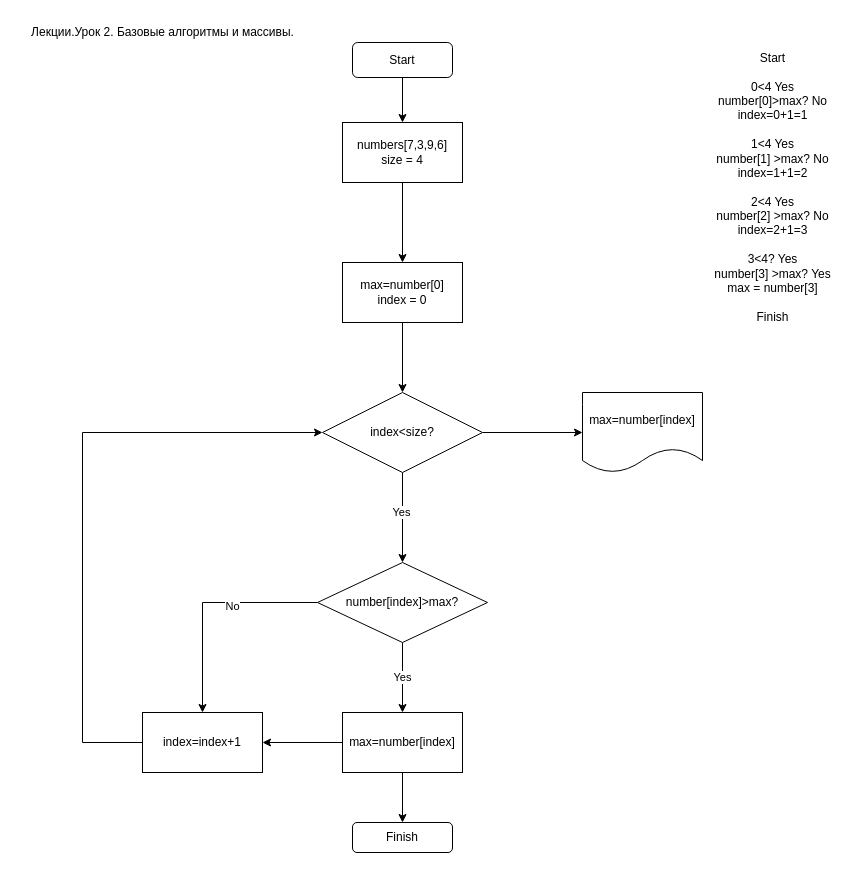
The draw.io diagram page "Lesson2. Task2" (4 of 13) of Homework6/9/22.drawio in margobiyun/python, before the edit. Source tidied: cells renumbered, new cells numbered last; positions are measured from the earlier drawing's top-left corner, leaving out a move shared by most shapes. Both pictures are drawn from the tidied source at 100%, with x=0, y=0 at pixel (17, 17).
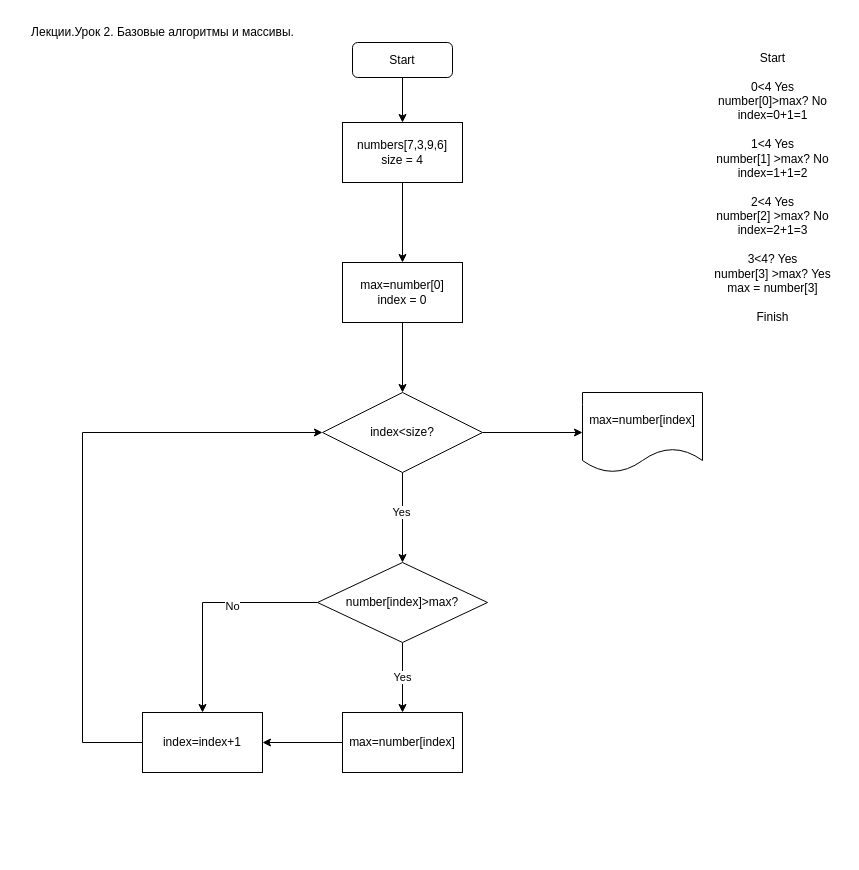
The same page after the edit.

The change refers to these unchanged cells:
```xml
<mxCell id="16" value="max=number[index]" style="whiteSpace=wrap;html=1;rounded=0;" parent="1" vertex="1">
  <mxGeometry x="325" y="695" width="120" height="60" as="geometry" />
</mxCell>
```

Diff of the diagram source:
```diff
@@
-    <mxCell id="15" style="edgeStyle=orthogonalEdgeStyle;rounded=0;jettySize=auto;html=1;" parent="1" edge="1" source="16" target="23">
-      <mxGeometry relative="1" as="geometry" />
-    </mxCell>
@@
-    <mxCell id="23" value="Finish" style="rounded=1;whiteSpace=wrap;html=1;" parent="1" vertex="1">
-      <mxGeometry x="335" y="805" width="100" height="30" as="geometry" />
-    </mxCell>
```
